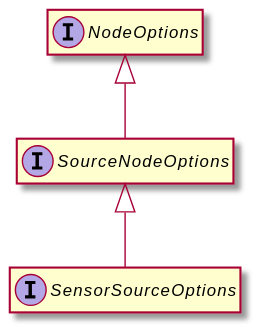
This is assets/SourceNodeOptions-umlClassDiagram-10484.svg from OpenHPS/openhps-core, a PlantUML export, as it was before one commit.
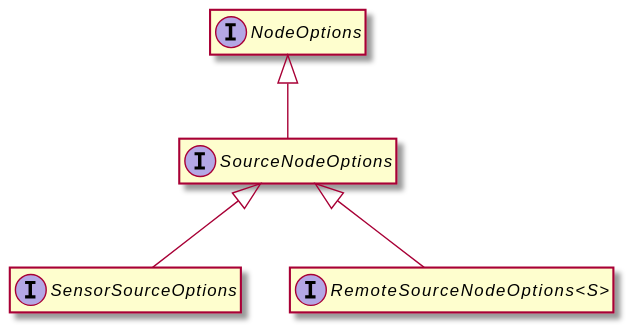
The same file after the commit.

Change to the diagram source:
```diff
@@ -10,4 +10,7 @@
 interface "SensorSourceOptions" {
 }
 "SourceNodeOptions" <|-- "SensorSourceOptions"
+interface "RemoteSourceNodeOptions<S>" {
+}
+"SourceNodeOptions" <|-- "RemoteSourceNodeOptions<S>"
 @enduml
```
